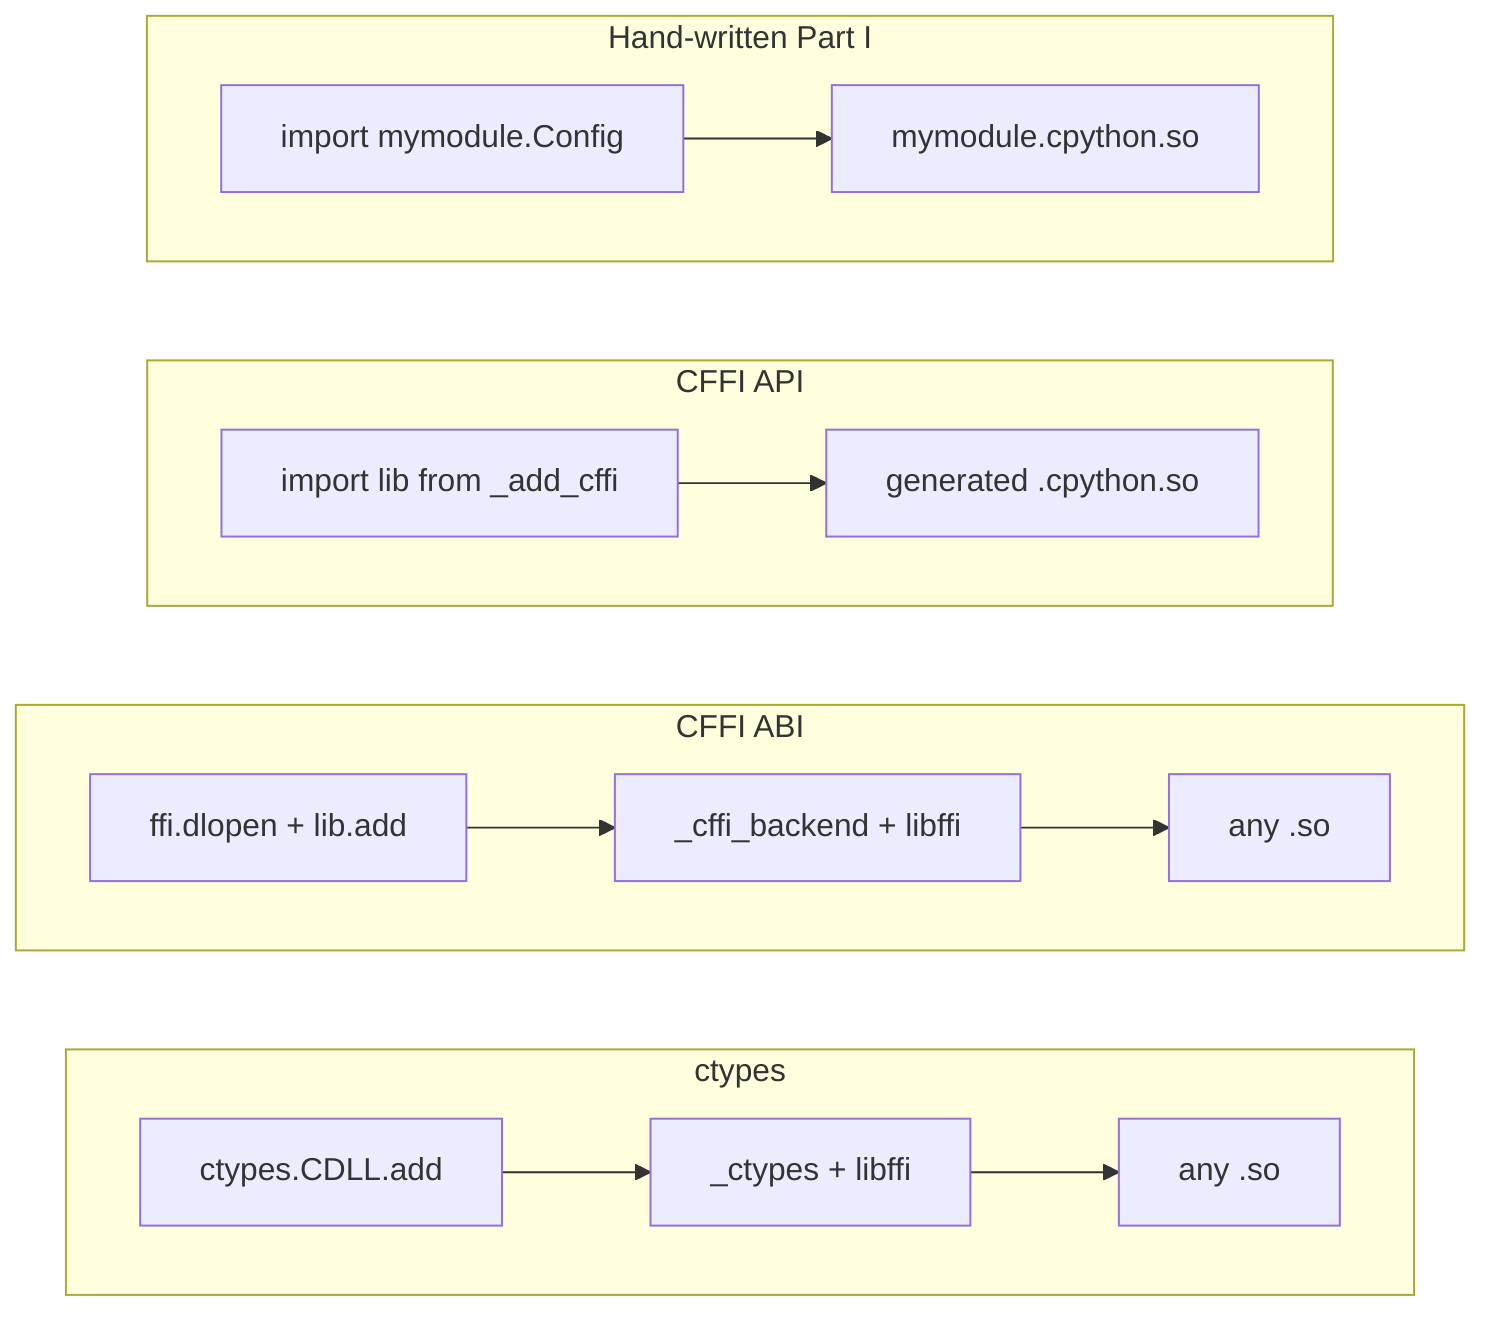
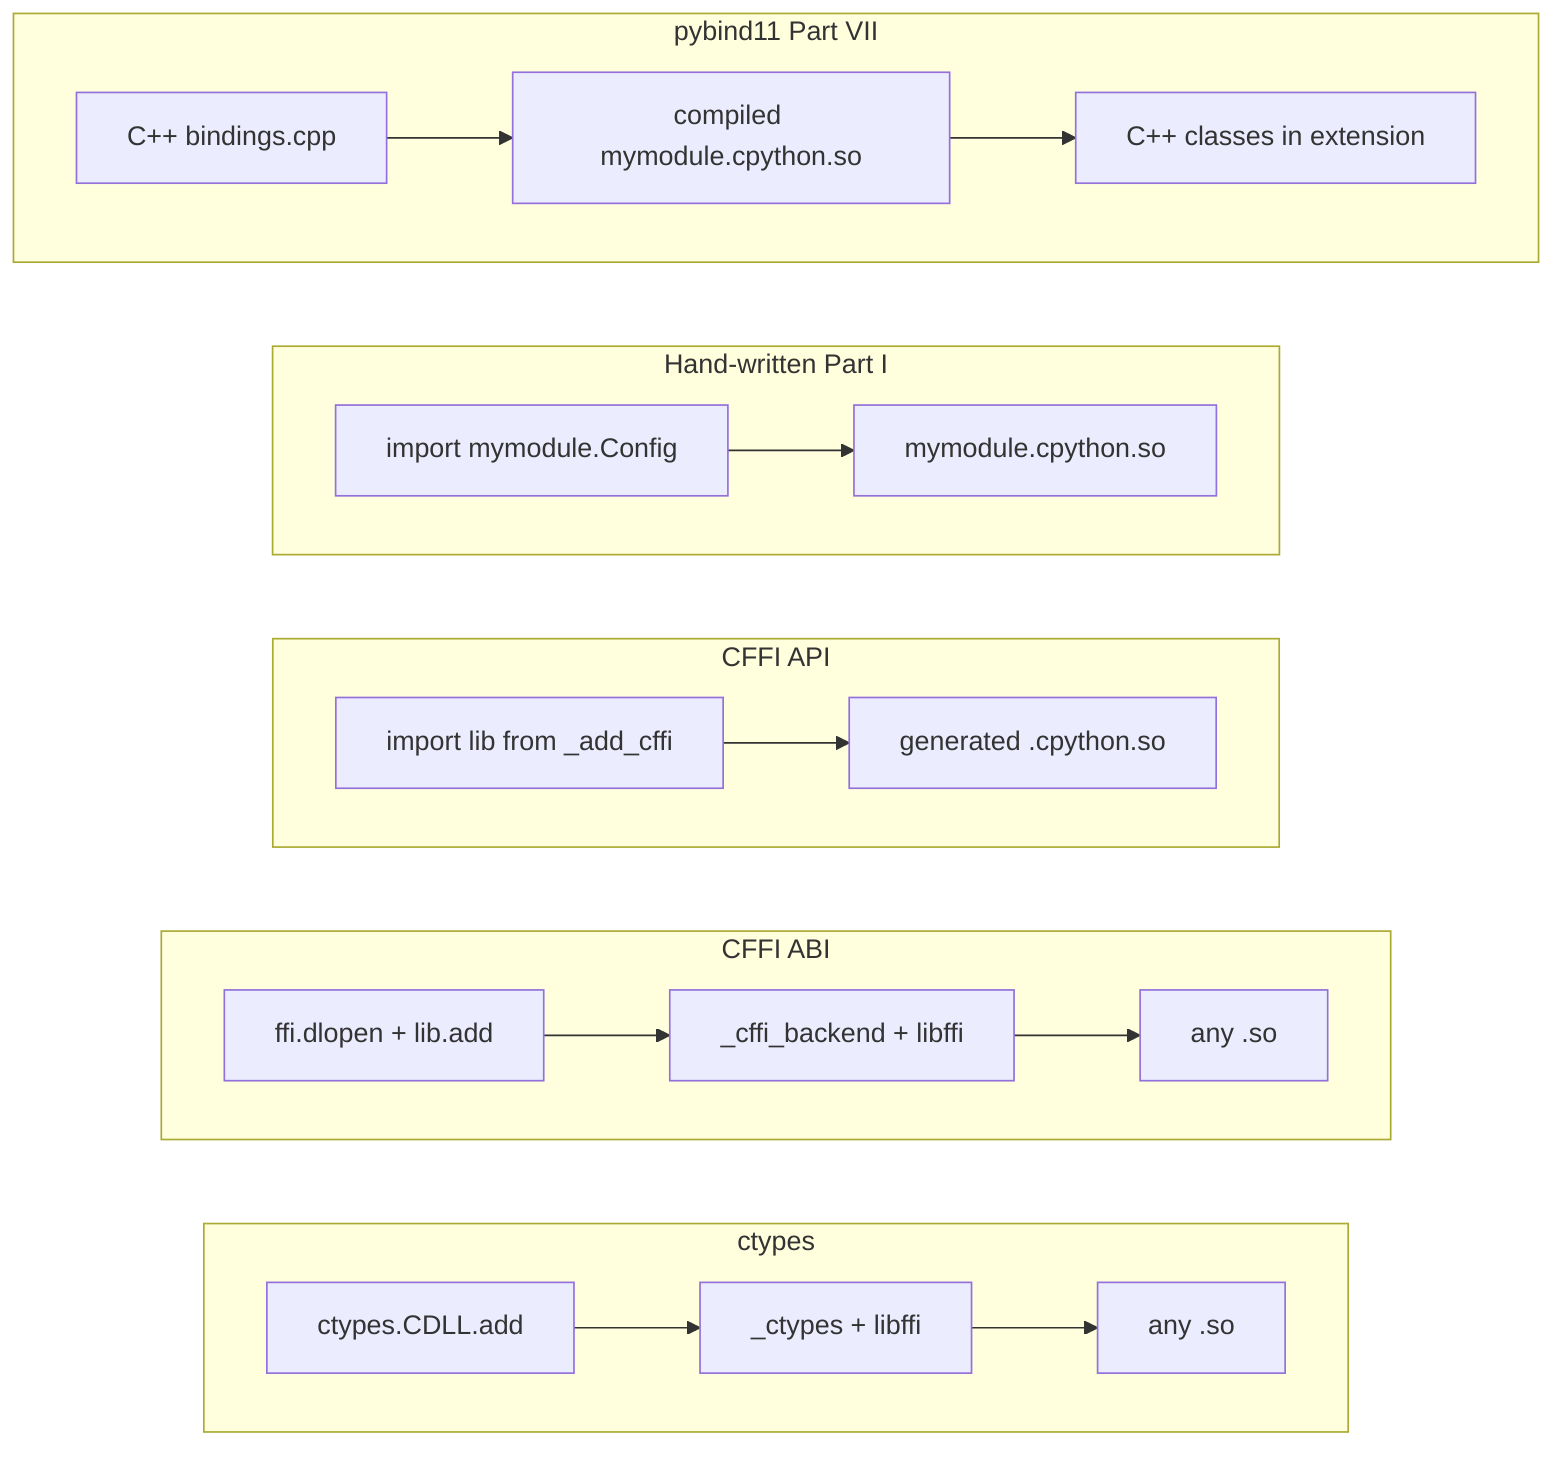
flowchart LR
    subgraph ctypesPath [ctypes]
        direction LR
        ctUser["ctypes.CDLL.add"] --> ctMod["_ctypes + libffi"] --> ctLib["any .so"]
    end

    subgraph cffiPath [CFFI ABI]
        direction LR
        cfUser["ffi.dlopen + lib.add"] --> cfBack["_cffi_backend + libffi"] --> cfLib["any .so"]
    end

    subgraph cffiApiPath [CFFI API]
        direction LR
        cfApiUser["import lib from _add_cffi"] --> cfGen["generated .cpython.so"]
    end

    subgraph handPath [Hand-written Part I]
        direction LR
        hwUser["import mymodule.Config"] --> hwMod["mymodule.cpython.so"]
    end
+ 
+     subgraph pybindPath [pybind11 Part VII]
+         direction LR
+         pbUser["C++ bindings.cpp"] --> pbBuild["compiled mymodule.cpython.so"] --> pbCpp["C++ classes in extension"]
+     end
